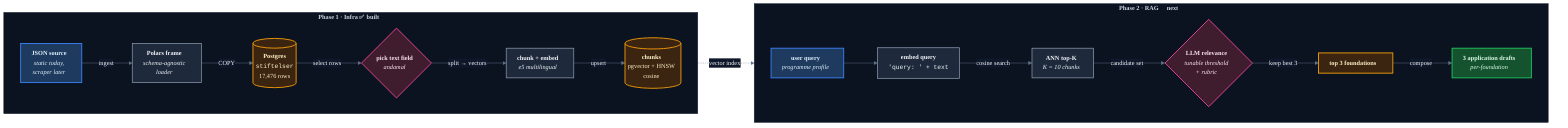
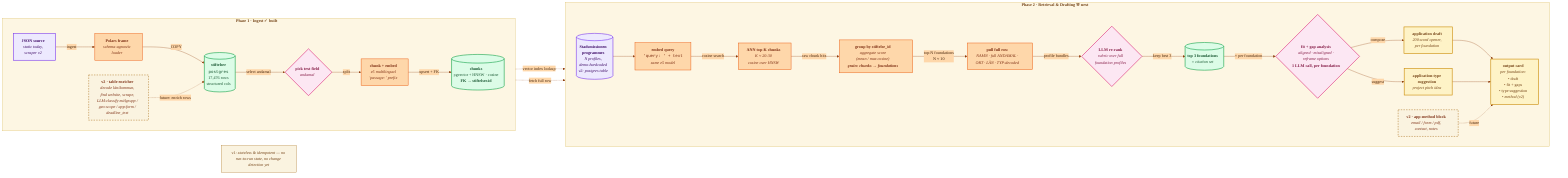
+ ```mermaid
%%{init: {
  "theme": "base",
  "themeVariables": {
    "fontFamily": "Inter, system-ui, -apple-system, sans-serif",
    "fontSize": "14px",
-     "primaryColor": "#1e293b",
-     "primaryTextColor": "#f8fafc",
-     "primaryBorderColor": "#334155",
-     "lineColor": "#64748b",
-     "secondaryColor": "#0f172a",
-     "tertiaryColor": "#0f172a",
-     "clusterBkg": "#0b1220",
-     "clusterBorder": "#1e293b"
+     "primaryColor": "#fef3c7",
+     "primaryTextColor": "#422006",
+     "primaryBorderColor": "#ca8a04",
+     "lineColor": "#92400e",
+     "secondaryColor": "#fed7aa",
+     "tertiaryColor": "#faf3e0",
+     "clusterBkg": "#fdf6e3",
+     "clusterBorder": "#d6b656",
+     "background": "#faf3e0"
  },
-   "flowchart": { "curve": "basis", "htmlLabels": true, "padding": 12 }
+   "flowchart": { "curve": "basis", "htmlLabels": true, "padding": 14 }
}}%%
flowchart LR

-   %% ─────────── PHASE 1 · INFRA (built) ───────────
-   subgraph PHASE1["<b>Phase 1 · Infra  ✅ built</b>"]
+   %% ─────────── PHASE 1 · INGEST (built) ───────────
+   subgraph PHASE1["<b>Phase 1 · Ingest  ✓ built</b>"]
    direction LR

-     J["<b>JSON source</b><br/><i>static today,<br/>scraper later</i>"]:::source
+     J["<b>JSON source</b><br/><i>static today,<br/>scraper v2</i>"]:::source
    P["<b>Polars frame</b><br/><i>schema-agnostic<br/>loader</i>"]:::transform
-     PG[("<b>Postgres</b><br/><code>stiftelser</code><br/>17,476 rows")]:::store
+     PG[("<b>stiftelser</b><br/><code>postgres</code><br/>17,476 rows<br/>structured cols")]:::store
    T{"<b>pick text field</b><br/><i>andamal</i>"}:::decision
-     C["<b>chunk + embed</b><br/><i>e5 multilingual</i>"]:::transform
-     CH[("<b>chunks</b><br/>pgvector + HNSW<br/>cosine")]:::store
+     C["<b>chunk + embed</b><br/><i>e5 multilingual<br/>'passage: ' prefix</i>"]:::transform
+     CH[("<b>chunks</b><br/>pgvector + HNSW · cosine<br/><b>FK → stiftelser.id</b>")]:::store

    J -->|"ingest"| P
    P -->|"COPY"| PG
-     PG -->|"select rows"| T
-     T -->|"split → vectors"| C
-     C -->|"upsert"| CH
+     PG -->|"select andamal"| T
+     T -->|"split"| C
+     C -->|"upsert + FK"| CH
+ 
+     EN["<b>v2 · table enricher</b><br/><i>decode län/kommun,<br/>find website, scrape,<br/>LLM-classify málgrupp /<br/>geo-scope / app-form /<br/>deadline_text</i>"]:::future
+     EN -. "future: enrich rows" .-> PG
  end

-   %% ─────────── PHASE 2 · RAG (next) ───────────
-   subgraph PHASE2["<b>Phase 2 · RAG  🚧 next</b>"]
+   %% ─────────── PHASE 2 · RETRIEVAL & DRAFTING ───────────
+   subgraph PHASE2["<b>Phase 2 · Retrieval & Drafting  ⚒ next</b>"]
    direction LR

-     Q["<b>user query</b><br/><i>programme profile</i>"]:::source
-     QE["<b>embed query</b><br/><code>'query: ' + text</code>"]:::transform
-     K["<b>ANN top-K</b><br/><i>K = 10 chunks</i>"]:::transform
-     L{"<b>LLM relevance</b><br/><i>tunable threshold<br/>+ rubric</i>"}:::decision
-     TOP3["<b>top 3 foundations</b>"]:::store
-     D["<b>3 application drafts</b><br/><i>per-foundation</i>"]:::output
+     SC[("<b>Stadsmissionen<br/>programmes</b><br/><i>N profiles,<br/>demo-hardcoded</i><br/><i>v2: postgres table</i>")]:::source
+     QE["<b>embed query</b><br/><code>'query: ' + text</code><br/><i>same e5 model</i>"]:::transform
+     K["<b>ANN top-K chunks</b><br/><i>K ≈ 20-30<br/>cosine over HNSW</i>"]:::transform
+     G["<b>group by stiftelse_id</b><br/><i>aggregate score<br/>(mean / max cosine)<br/><b>grain: chunks → foundations</b></i>"]:::transform
+     PULL["<b>pull full row</b><br/><i>NAMN · full ANDAMAL ·<br/>ORT · LÄN · TYP-decoded</i>"]:::transform
+     L{"<b>LLM re-rank</b><br/><i>rubric over full<br/>foundation profiles</i>"}:::decision
+     TOP3[("<b>top 3 foundations</b><br/><i>= citation set</i>")]:::store

-     Q --> QE
+     FG{"<b>fit + gap analysis</b><br/><i>aligned · misaligned ·<br/>reframe options</i><br/><b>1 LLM call, per foundation</b>"}:::decision
+     DR["<b>application draft</b><br/><i>200-word opener,<br/>per foundation</i>"]:::output
+     AT["<b>application-type<br/>suggestion</b><br/><i>project pitch idea</i>"]:::output
+     AM["<b>v2 · app-method block</b><br/><i>email / form / pdf,<br/>contact, notes</i>"]:::future
+     OUT["<b>output card</b><br/><i>per foundation:</i><br/>• draft<br/>• fit + gaps<br/>• type suggestion<br/>• <i>method (v2)</i>"]:::output
+ 
+     SC --> QE
    QE -->|"cosine search"| K
-     K -->|"candidate set"| L
+     K -->|"raw chunk hits"| G
+     G -->|"top-N foundations<br/>N ≈ 10"| PULL
+     PULL -->|"profile bundles"| L
    L -->|"keep best 3"| TOP3
-     TOP3 -->|"compose"| D
+     TOP3 -->|"× per foundation"| FG
+     FG -->|"compose"| DR
+     FG -->|"suggest"| AT
+     DR --> OUT
+     AT --> OUT
+     AM -. "future" .-> OUT
  end

-   CH -. "vector index" .-> K
+   %% cross-phase links
+   CH -. "vector index lookup" .-> K
+   PG -. "fetch full row" .-> PULL
+ 
+   NOTE["<i>v1: stateless &amp; idempotent — no run-to-run state, no change detection yet</i>"]:::note

  %% ─────────── styling ───────────
-   classDef source     fill:#1e3a5f,stroke:#3b82f6,stroke-width:2px,color:#e0f2fe;
-   classDef transform  fill:#1e293b,stroke:#94a3b8,stroke-width:1.5px,color:#f1f5f9;
-   classDef store      fill:#3b2410,stroke:#f59e0b,stroke-width:2px,color:#fef3c7;
-   classDef decision   fill:#3f1d2e,stroke:#ec4899,stroke-width:2px,color:#fce7f3;
-   classDef output     fill:#14532d,stroke:#22c55e,stroke-width:2px,color:#dcfce7;
+   classDef source     fill:#ede9fe,stroke:#7c3aed,stroke-width:2px,color:#3b0764;
+   classDef transform  fill:#fed7aa,stroke:#ea580c,stroke-width:1.5px,color:#7c2d12;
+   classDef store      fill:#dcfce7,stroke:#16a34a,stroke-width:2px,color:#14532d;
+   classDef decision   fill:#fce7f3,stroke:#db2777,stroke-width:2px,color:#831843;
+   classDef output     fill:#fef3c7,stroke:#ca8a04,stroke-width:2px,color:#713f12;
+   classDef future     fill:#faf3e0,stroke:#a16207,stroke-width:1.5px,stroke-dasharray:5 4,color:#7c2d12;
+   classDef note       fill:#faf3e0,stroke:#a16207,stroke-width:1px,color:#713f12;

-   style PHASE1 fill:#0b1220,stroke:#1e293b,stroke-width:1px,color:#cbd5e1
-   style PHASE2 fill:#0b1220,stroke:#1e293b,stroke-width:1px,color:#cbd5e1
+   style PHASE1 fill:#fdf6e3,stroke:#d6b656,stroke-width:1px,color:#713f12
+   style PHASE2 fill:#fdf6e3,stroke:#d6b656,stroke-width:1px,color:#713f12
+ ```